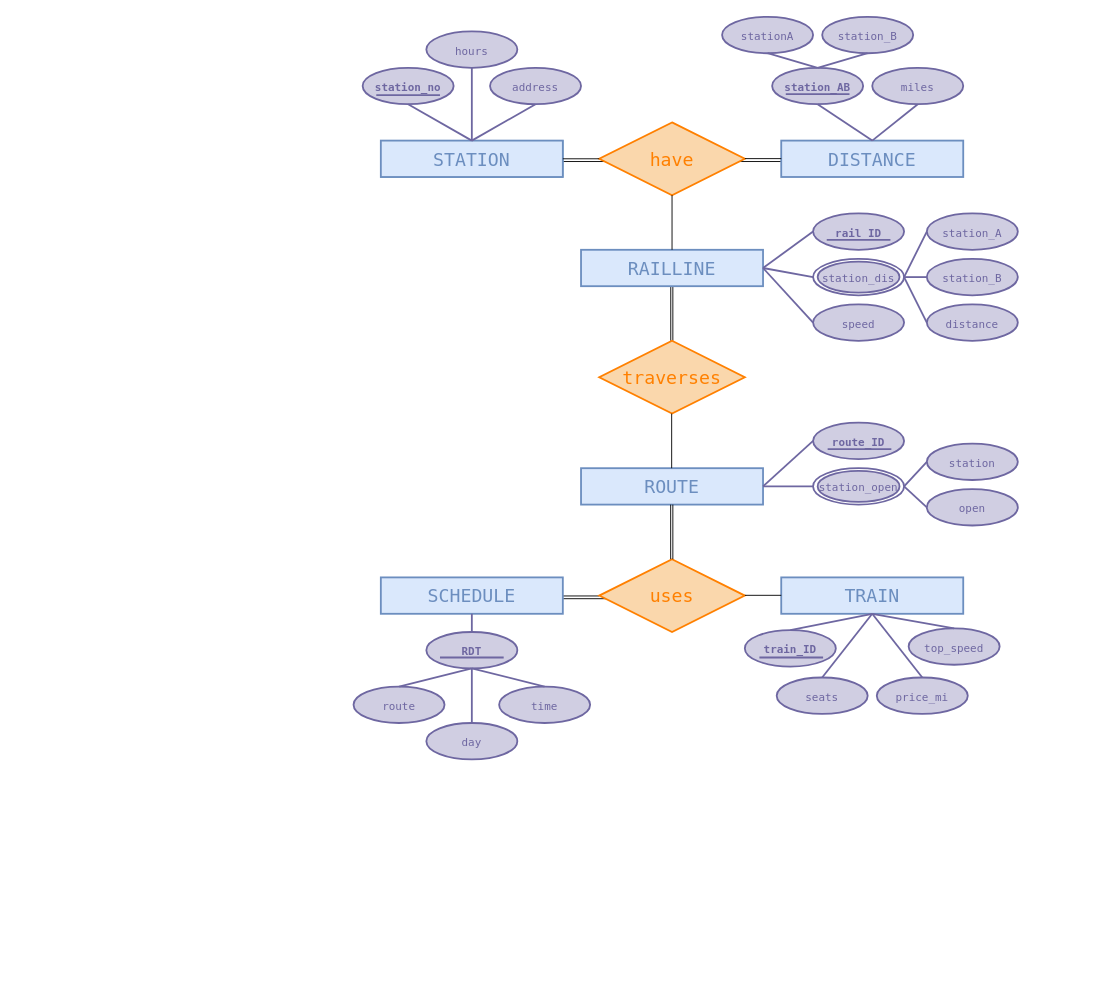
Earlier version of the draw.io diagram CostaExpress.drawio (anamok/TrainsDatabase). Source tidied: cells renumbered, new cells numbered last; positions are measured from the earlier drawing's top-left corner, leaving out a move shared by most shapes. Both pictures are drawn from the tidied source at 91%, with x=0, y=0 at pixel (353, 16).
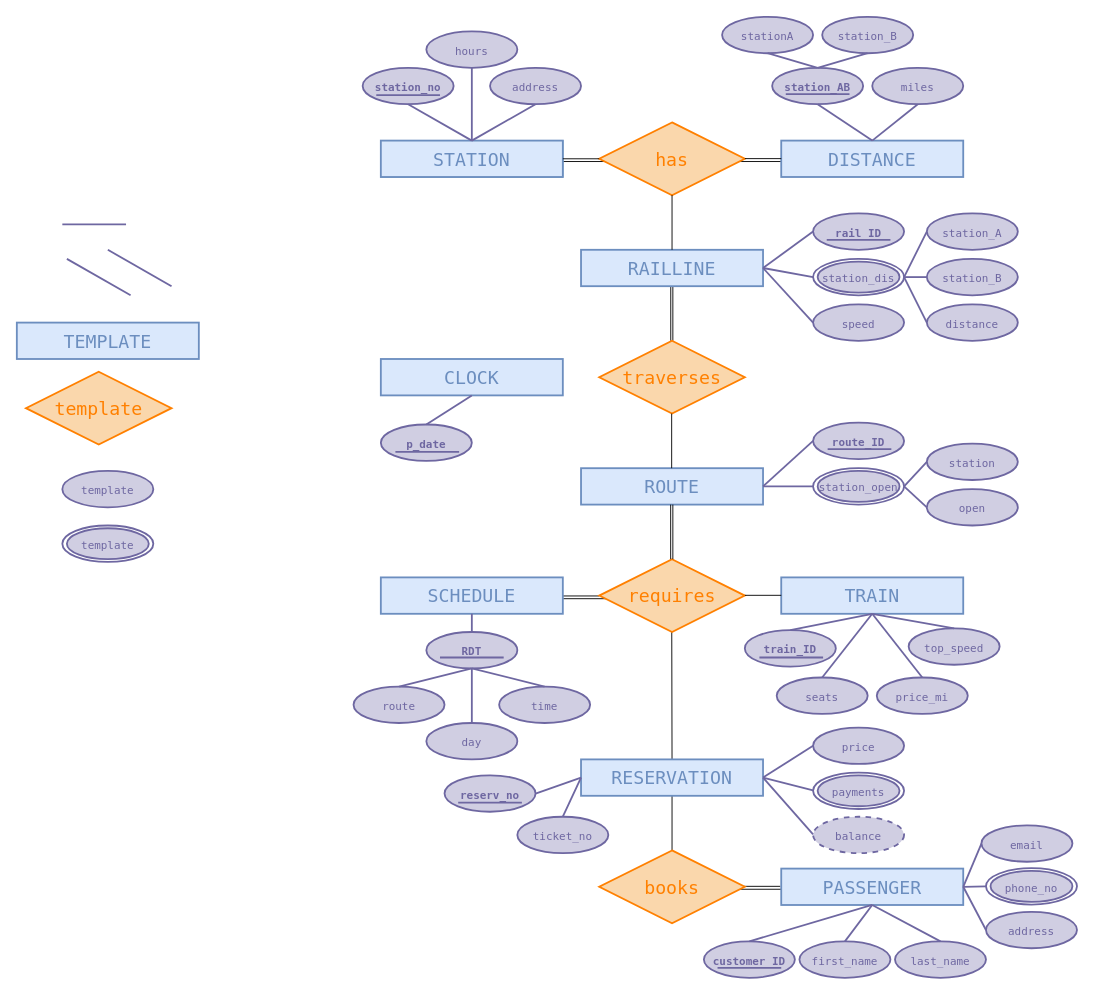
The same diagram, later.

What changed in the source:
```diff
@@
+    <mxCell id="122" style="endArrow=none;html=1;rounded=0;fontFamily=Lucida Console;fontSize=20;fontColor=#FF8000;entryX=0;entryY=0.5;entryDx=0;entryDy=0;exitX=1.002;exitY=0.6;exitDx=0;exitDy=0;exitPerimeter=0;" parent="1" edge="1">
+      <mxGeometry relative="1" as="geometry">
+        <mxPoint x="421.4" y="958.7" as="sourcePoint" />
+        <mxPoint x="470" y="958.7" as="targetPoint" />
+      </mxGeometry>
+    </mxCell>
+    <mxCell id="123" style="endArrow=none;html=1;rounded=0;fontFamily=Lucida Console;fontSize=20;fontColor=#FF8000;entryX=0;entryY=0.5;entryDx=0;entryDy=0;exitX=1;exitY=0.5;exitDx=0;exitDy=0;" parent="1" edge="1">
+      <mxGeometry relative="1" as="geometry">
+        <mxPoint x="429" y="955.5" as="sourcePoint" />
+        <mxPoint x="469" y="955.5" as="targetPoint" />
+      </mxGeometry>
+    </mxCell>
+    <mxCell id="124" style="endArrow=none;html=1;rounded=0;fontFamily=Lucida Console;fontSize=20;fontColor=#FF8000;strokeColor=#000000;entryX=0.5;entryY=1;entryDx=0;entryDy=0;" parent="1" edge="1" target="135">
+      <mxGeometry relative="1" as="geometry">
+        <mxPoint x="350" y="916" as="sourcePoint" />
+      </mxGeometry>
+    </mxCell>
+    <mxCell id="125" style="endArrow=none;html=1;rounded=0;fontFamily=Lucida Console;fontSize=20;fontColor=#FF8000;entryX=0.5;entryY=1;entryDx=0;entryDy=0;exitX=0.5;exitY=0;exitDx=0;exitDy=0;strokeColor=#000000;" parent="1" edge="1" source="135">
+      <mxGeometry relative="1" as="geometry">
+        <mxPoint x="349.7" y="674" as="targetPoint" />
+      </mxGeometry>
+    </mxCell>
@@
-    <mxCell id="29" value="&lt;font color=&quot;#FF8000&quot;&gt;have&lt;/font&gt;" style="text;html=1;strokeColor=none;fillColor=none;align=center;verticalAlign=middle;whiteSpace=wrap;rounded=0;fontFamily=Lucida Console;fontSize=20;fontColor=#6C8EBF;" parent="1" vertex="1">
+    <mxCell id="29" value="&lt;font color=&quot;#FF8000&quot;&gt;has&lt;/font&gt;" style="text;html=1;strokeColor=none;fillColor=none;align=center;verticalAlign=middle;whiteSpace=wrap;rounded=0;fontFamily=Lucida Console;fontSize=20;fontColor=#6C8EBF;" parent="1" vertex="1">
       <mxGeometry x="320" y="141" width="60" height="30" as="geometry" />
     </mxCell>
@@
-    <mxCell id="33" value="&lt;div&gt;&lt;font color=&quot;#FF8000&quot;&gt;uses&lt;/font&gt;&lt;/div&gt;" style="text;html=1;strokeColor=none;fillColor=none;align=center;verticalAlign=middle;whiteSpace=wrap;rounded=0;fontFamily=Lucida Console;fontSize=20;fontColor=#6C8EBF;" parent="1" vertex="1">
+    <mxCell id="33" value="&lt;div&gt;&lt;font color=&quot;#FF8000&quot;&gt;requires&lt;/font&gt;&lt;/div&gt;" style="text;html=1;strokeColor=none;fillColor=none;align=center;verticalAlign=middle;whiteSpace=wrap;rounded=0;fontFamily=Lucida Console;fontSize=20;fontColor=#6C8EBF;" parent="1" vertex="1">
       <mxGeometry x="320" y="621" width="60" height="30" as="geometry" />
     </mxCell>
@@
+    <mxCell id="126" style="rounded=0;whiteSpace=wrap;html=1;fillColor=#dae8fc;strokeColor=#6c8ebf;strokeWidth=2;" parent="1" vertex="1">
+      <mxGeometry x="-370" y="336" width="200" height="40" as="geometry" />
+    </mxCell>
+    <mxCell id="127" value="&lt;font style=&quot;font-size: 20px&quot; face=&quot;Lucida Console&quot; color=&quot;#6C8EBF&quot;&gt;TEMPLATE&lt;/font&gt;" style="text;html=1;strokeColor=none;fillColor=none;align=center;verticalAlign=middle;whiteSpace=wrap;rounded=0;" parent="1" vertex="1">
+      <mxGeometry x="-300" y="341" width="60" height="30" as="geometry" />
+    </mxCell>
+    <mxCell id="128" style="rhombus;whiteSpace=wrap;html=1;fontFamily=Lucida Console;fontSize=20;strokeWidth=2;fillColor=#fad7ac;strokeColor=#FF8000;fontStyle=1;" parent="1" vertex="1">
+      <mxGeometry x="-360" y="390" width="160" height="80" as="geometry" />
+    </mxCell>
+    <mxCell id="129" value="&lt;div&gt;&lt;font color=&quot;#FF8000&quot;&gt;template&lt;/font&gt;&lt;/div&gt;" style="text;html=1;strokeColor=none;fillColor=none;align=center;verticalAlign=middle;whiteSpace=wrap;rounded=0;fontFamily=Lucida Console;fontSize=20;fontColor=#6C8EBF;fontStyle=0;" parent="1" vertex="1">
+      <mxGeometry x="-310" y="415" width="60" height="30" as="geometry" />
+    </mxCell>
+    <mxCell id="130" style="ellipse;whiteSpace=wrap;html=1;fontFamily=Lucida Console;fontSize=20;strokeColor=#6E67A1;strokeWidth=2;fillColor=#d0cee2;" parent="1" vertex="1">
+      <mxGeometry x="-320" y="499" width="100" height="40" as="geometry" />
+    </mxCell>
+    <mxCell id="131" value="&lt;font style=&quot;font-size: 12px&quot; color=&quot;#6E67A1&quot;&gt;template&lt;/font&gt;" style="text;html=1;strokeColor=none;fillColor=none;align=center;verticalAlign=middle;whiteSpace=wrap;rounded=0;fontFamily=Lucida Console;fontSize=20;fontColor=#FF8000;" parent="1" vertex="1">
+      <mxGeometry x="-300" y="511" width="60" height="12" as="geometry" />
+    </mxCell>
+    <mxCell id="132" style="ellipse;whiteSpace=wrap;html=1;fontFamily=Lucida Console;fontSize=20;strokeColor=#6E67A1;strokeWidth=2;fillColor=#FFFFFF;" parent="1" vertex="1">
+      <mxGeometry x="-320" y="559" width="100" height="40" as="geometry" />
+    </mxCell>
+    <mxCell id="133" style="ellipse;whiteSpace=wrap;html=1;fontFamily=Lucida Console;fontSize=20;strokeColor=#6E67A1;strokeWidth=2;fillColor=#d0cee2;" parent="1" vertex="1">
+      <mxGeometry x="-315" y="562" width="90" height="34" as="geometry" />
+    </mxCell>
+    <mxCell id="134" value="&lt;div&gt;&lt;font style=&quot;font-size: 12px&quot; color=&quot;#6E67A1&quot;&gt;template&lt;/font&gt;&lt;/div&gt;" style="text;html=1;strokeColor=none;fillColor=none;align=center;verticalAlign=middle;whiteSpace=wrap;rounded=0;fontFamily=Lucida Console;fontSize=20;fontColor=#FF8000;" parent="1" vertex="1">
+      <mxGeometry x="-300" y="571" width="60" height="12" as="geometry" />
+    </mxCell>
+    <mxCell id="135" style="rounded=0;whiteSpace=wrap;html=1;fillColor=#dae8fc;strokeColor=#6c8ebf;strokeWidth=2;" parent="1" vertex="1">
+      <mxGeometry x="250" y="816" width="200" height="40" as="geometry" />
+    </mxCell>
+    <mxCell id="136" value="&lt;font style=&quot;font-size: 20px&quot; face=&quot;Lucida Console&quot; color=&quot;#6C8EBF&quot;&gt;RESERVATION&lt;/font&gt;" style="text;html=1;strokeColor=none;fillColor=none;align=center;verticalAlign=middle;whiteSpace=wrap;rounded=0;" parent="1" vertex="1">
+      <mxGeometry x="320" y="821" width="60" height="30" as="geometry" />
+    </mxCell>
+    <mxCell id="137" style="rounded=0;whiteSpace=wrap;html=1;fillColor=#dae8fc;strokeColor=#6c8ebf;strokeWidth=2;" parent="1" vertex="1">
+      <mxGeometry x="30" y="376" width="200" height="40" as="geometry" />
+    </mxCell>
+    <mxCell id="138" value="&lt;font style=&quot;font-size: 20px&quot; face=&quot;Lucida Console&quot; color=&quot;#6C8EBF&quot;&gt;CLOCK&lt;/font&gt;" style="text;html=1;strokeColor=none;fillColor=none;align=center;verticalAlign=middle;whiteSpace=wrap;rounded=0;" parent="1" vertex="1">
+      <mxGeometry x="100" y="381" width="60" height="30" as="geometry" />
+    </mxCell>
+    <mxCell id="139" style="ellipse;whiteSpace=wrap;html=1;fontFamily=Lucida Console;fontSize=20;strokeColor=#6E67A1;strokeWidth=2;fillColor=#d0cee2;" parent="1" vertex="1">
+      <mxGeometry x="30" y="448" width="100" height="40" as="geometry" />
+    </mxCell>
+    <mxCell id="140" value="&lt;b&gt;&lt;font style=&quot;font-size: 12px&quot; color=&quot;#6E67A1&quot;&gt;p_date&lt;/font&gt;&lt;/b&gt;" style="text;html=1;strokeColor=none;fillColor=none;align=center;verticalAlign=middle;whiteSpace=wrap;rounded=0;fontFamily=Lucida Console;fontSize=20;fontColor=#FF8000;" parent="1" vertex="1">
+      <mxGeometry x="50" y="460" width="60" height="12" as="geometry" />
+    </mxCell>
+    <mxCell id="141" style="endArrow=none;html=1;rounded=0;fontFamily=Lucida Console;fontSize=12;fontColor=#6E67A1;strokeColor=#6E67A1;entryX=0.5;entryY=1;entryDx=0;entryDy=0;exitX=0.5;exitY=0;exitDx=0;exitDy=0;strokeWidth=2;" parent="1" edge="1">
+      <mxGeometry relative="1" as="geometry">
+        <mxPoint x="-245" y="306" as="sourcePoint" />
+        <mxPoint x="-315" y="266" as="targetPoint" />
+      </mxGeometry>
+    </mxCell>
+    <mxCell id="142" style="endArrow=none;html=1;rounded=0;fontFamily=Lucida Console;fontSize=12;fontColor=#6E67A1;strokeColor=#6E67A1;entryX=0.5;entryY=0;entryDx=0;entryDy=0;exitX=0.5;exitY=1;exitDx=0;exitDy=0;strokeWidth=2;" parent="1" edge="1" source="137" target="139">
+      <mxGeometry relative="1" as="geometry" />
+    </mxCell>
+    <mxCell id="143" style="endArrow=none;html=1;rounded=0;fontFamily=Lucida Console;fontSize=12;fontColor=#6E67A1;strokeColor=#6E67A1;strokeWidth=2;" parent="1" edge="1">
+      <mxGeometry relative="1" as="geometry">
+        <mxPoint x="-320" y="228" as="sourcePoint" />
+        <mxPoint x="-250" y="228" as="targetPoint" />
+      </mxGeometry>
+    </mxCell>
+    <mxCell id="144" style="endArrow=none;html=1;rounded=0;fontFamily=Lucida Console;fontSize=12;fontColor=#6E67A1;strokeColor=#6E67A1;strokeWidth=2;" parent="1" edge="1">
+      <mxGeometry relative="1" as="geometry">
+        <mxPoint x="46" y="478" as="sourcePoint" />
+        <mxPoint x="116" y="478" as="targetPoint" />
+      </mxGeometry>
+    </mxCell>
+    <mxCell id="145" style="rounded=0;whiteSpace=wrap;html=1;fillColor=#dae8fc;strokeColor=#6c8ebf;strokeWidth=2;" parent="1" vertex="1">
+      <mxGeometry x="470" y="936" width="200" height="40" as="geometry" />
+    </mxCell>
+    <mxCell id="146" value="&lt;font style=&quot;font-size: 20px&quot; face=&quot;Lucida Console&quot; color=&quot;#6C8EBF&quot;&gt;PASSENGER&lt;/font&gt;" style="text;html=1;strokeColor=none;fillColor=none;align=center;verticalAlign=middle;whiteSpace=wrap;rounded=0;" parent="1" vertex="1">
+      <mxGeometry x="540" y="941" width="60" height="30" as="geometry" />
+    </mxCell>
+    <mxCell id="147" style="ellipse;whiteSpace=wrap;html=1;fontFamily=Lucida Console;fontSize=20;strokeColor=#6E67A1;strokeWidth=2;fillColor=#d0cee2;" parent="1" vertex="1">
+      <mxGeometry x="385" y="1016" width="100" height="40" as="geometry" />
+    </mxCell>
+    <mxCell id="148" value="&lt;b&gt;&lt;font style=&quot;font-size: 12px&quot; color=&quot;#6E67A1&quot;&gt;customer_ID&lt;/font&gt;&lt;/b&gt;" style="text;html=1;strokeColor=none;fillColor=none;align=center;verticalAlign=middle;whiteSpace=wrap;rounded=0;fontFamily=Lucida Console;fontSize=20;fontColor=#FF8000;" parent="1" vertex="1">
+      <mxGeometry x="405" y="1028" width="60" height="12" as="geometry" />
+    </mxCell>
+    <mxCell id="149" style="ellipse;whiteSpace=wrap;html=1;fontFamily=Lucida Console;fontSize=20;strokeColor=#6E67A1;strokeWidth=2;fillColor=#d0cee2;" parent="1" vertex="1">
+      <mxGeometry x="490" y="1016" width="100" height="40" as="geometry" />
+    </mxCell>
+    <mxCell id="150" value="&lt;font style=&quot;font-size: 12px&quot; color=&quot;#6E67A1&quot;&gt;first_name&lt;/font&gt;" style="text;html=1;strokeColor=none;fillColor=none;align=center;verticalAlign=middle;whiteSpace=wrap;rounded=0;fontFamily=Lucida Console;fontSize=20;fontColor=#FF8000;" parent="1" vertex="1">
+      <mxGeometry x="510" y="1028" width="60" height="12" as="geometry" />
+    </mxCell>
+    <mxCell id="151" style="ellipse;whiteSpace=wrap;html=1;fontFamily=Lucida Console;fontSize=20;strokeColor=#6E67A1;strokeWidth=2;fillColor=#d0cee2;" parent="1" vertex="1">
+      <mxGeometry x="595" y="1016" width="100" height="40" as="geometry" />
+    </mxCell>
+    <mxCell id="152" value="&lt;font style=&quot;font-size: 12px&quot; color=&quot;#6E67A1&quot;&gt;last_name&lt;/font&gt;" style="text;html=1;strokeColor=none;fillColor=none;align=center;verticalAlign=middle;whiteSpace=wrap;rounded=0;fontFamily=Lucida Console;fontSize=20;fontColor=#FF8000;" parent="1" vertex="1">
+      <mxGeometry x="615" y="1028" width="60" height="12" as="geometry" />
+    </mxCell>
+    <mxCell id="153" style="ellipse;whiteSpace=wrap;html=1;fontFamily=Lucida Console;fontSize=20;strokeColor=#6E67A1;strokeWidth=2;fillColor=#d0cee2;" parent="1" vertex="1">
+      <mxGeometry x="695" y="983.5" width="100" height="40" as="geometry" />
+    </mxCell>
+    <mxCell id="154" value="&lt;font style=&quot;font-size: 12px&quot; color=&quot;#6E67A1&quot;&gt;address&lt;/font&gt;" style="text;html=1;strokeColor=none;fillColor=none;align=center;verticalAlign=middle;whiteSpace=wrap;rounded=0;fontFamily=Lucida Console;fontSize=20;fontColor=#FF8000;" parent="1" vertex="1">
+      <mxGeometry x="715" y="995.5" width="60" height="12" as="geometry" />
+    </mxCell>
+    <mxCell id="155" style="ellipse;whiteSpace=wrap;html=1;fontFamily=Lucida Console;fontSize=20;strokeColor=#6E67A1;strokeWidth=2;fillColor=#d0cee2;" parent="1" vertex="1">
+      <mxGeometry x="690" y="888.5" width="100" height="40" as="geometry" />
+    </mxCell>
+    <mxCell id="156" value="&lt;font style=&quot;font-size: 12px&quot; color=&quot;#6E67A1&quot;&gt;email&lt;/font&gt;" style="text;html=1;strokeColor=none;fillColor=none;align=center;verticalAlign=middle;whiteSpace=wrap;rounded=0;fontFamily=Lucida Console;fontSize=20;fontColor=#FF8000;" parent="1" vertex="1">
+      <mxGeometry x="710" y="900.5" width="60" height="12" as="geometry" />
+    </mxCell>
+    <mxCell id="157" style="ellipse;whiteSpace=wrap;html=1;fontFamily=Lucida Console;fontSize=20;strokeColor=#6E67A1;strokeWidth=2;fillColor=#FFFFFF;" parent="1" vertex="1">
+      <mxGeometry x="695" y="935.5" width="100" height="40" as="geometry" />
+    </mxCell>
+    <mxCell id="158" style="ellipse;whiteSpace=wrap;html=1;fontFamily=Lucida Console;fontSize=20;strokeColor=#6E67A1;strokeWidth=2;fillColor=#d0cee2;" parent="1" vertex="1">
+      <mxGeometry x="700" y="938.5" width="90" height="34" as="geometry" />
+    </mxCell>
+    <mxCell id="159" value="&lt;div&gt;&lt;font style=&quot;font-size: 12px&quot; color=&quot;#6E67A1&quot;&gt;phone_no&lt;/font&gt;&lt;/div&gt;" style="text;html=1;strokeColor=none;fillColor=none;align=center;verticalAlign=middle;whiteSpace=wrap;rounded=0;fontFamily=Lucida Console;fontSize=20;fontColor=#FF8000;" parent="1" vertex="1">
+      <mxGeometry x="715" y="947.5" width="60" height="12" as="geometry" />
+    </mxCell>
+    <mxCell id="160" style="rhombus;whiteSpace=wrap;html=1;fontFamily=Lucida Console;fontSize=20;strokeWidth=2;fillColor=#fad7ac;strokeColor=#FF8000;fontStyle=1;" parent="1" vertex="1">
+      <mxGeometry x="270" y="916" width="160" height="80" as="geometry" />
+    </mxCell>
+    <mxCell id="161" value="&lt;div&gt;&lt;font color=&quot;#FF8000&quot;&gt;books&lt;/font&gt;&lt;/div&gt;" style="text;html=1;strokeColor=none;fillColor=none;align=center;verticalAlign=middle;whiteSpace=wrap;rounded=0;fontFamily=Lucida Console;fontSize=20;fontColor=#6C8EBF;fontStyle=0;" parent="1" vertex="1">
+      <mxGeometry x="320" y="941" width="60" height="30" as="geometry" />
+    </mxCell>
+    <mxCell id="162" style="endArrow=none;html=1;rounded=0;fontFamily=Lucida Console;fontSize=12;fontColor=#6E67A1;strokeColor=#6E67A1;entryX=0.5;entryY=1;entryDx=0;entryDy=0;exitX=0.5;exitY=0;exitDx=0;exitDy=0;strokeWidth=2;" parent="1" edge="1" source="147" target="145">
+      <mxGeometry relative="1" as="geometry" />
+    </mxCell>
+    <mxCell id="163" style="endArrow=none;html=1;rounded=0;fontFamily=Lucida Console;fontSize=12;fontColor=#6E67A1;strokeColor=#6E67A1;entryX=0.5;entryY=1;entryDx=0;entryDy=0;exitX=0.5;exitY=0;exitDx=0;exitDy=0;strokeWidth=2;" parent="1" edge="1" source="149" target="145">
+      <mxGeometry relative="1" as="geometry" />
+    </mxCell>
+    <mxCell id="164" style="endArrow=none;html=1;rounded=0;fontFamily=Lucida Console;fontSize=12;fontColor=#6E67A1;strokeColor=#6E67A1;entryX=0.5;entryY=1;entryDx=0;entryDy=0;exitX=0.5;exitY=0;exitDx=0;exitDy=0;strokeWidth=2;" parent="1" edge="1" source="151" target="145">
+      <mxGeometry relative="1" as="geometry" />
+    </mxCell>
+    <mxCell id="165" style="endArrow=none;html=1;rounded=0;fontFamily=Lucida Console;fontSize=12;fontColor=#6E67A1;strokeColor=#6E67A1;entryX=1;entryY=0.5;entryDx=0;entryDy=0;exitX=0;exitY=0.5;exitDx=0;exitDy=0;strokeWidth=2;" parent="1" edge="1" source="153" target="145">
+      <mxGeometry relative="1" as="geometry" />
+    </mxCell>
+    <mxCell id="166" style="endArrow=none;html=1;rounded=0;fontFamily=Lucida Console;fontSize=12;fontColor=#6E67A1;strokeColor=#6E67A1;entryX=1;entryY=0.5;entryDx=0;entryDy=0;exitX=0;exitY=0.5;exitDx=0;exitDy=0;strokeWidth=2;" parent="1" edge="1" source="157" target="145">
+      <mxGeometry relative="1" as="geometry" />
+    </mxCell>
+    <mxCell id="167" style="endArrow=none;html=1;rounded=0;fontFamily=Lucida Console;fontSize=12;fontColor=#6E67A1;strokeColor=#6E67A1;entryX=0;entryY=0.5;entryDx=0;entryDy=0;exitX=1;exitY=0.5;exitDx=0;exitDy=0;strokeWidth=2;" parent="1" edge="1" source="145" target="155">
+      <mxGeometry relative="1" as="geometry" />
+    </mxCell>
+    <mxCell id="168" style="ellipse;whiteSpace=wrap;html=1;fontFamily=Lucida Console;fontSize=20;strokeColor=#6E67A1;strokeWidth=2;fillColor=#d0cee2;" parent="1" vertex="1">
+      <mxGeometry x="100" y="833.5" width="100" height="40" as="geometry" />
+    </mxCell>
+    <mxCell id="169" value="&lt;b&gt;&lt;font style=&quot;font-size: 12px&quot; color=&quot;#6E67A1&quot;&gt;reserv_no&lt;/font&gt;&lt;/b&gt;" style="text;html=1;strokeColor=none;fillColor=none;align=center;verticalAlign=middle;whiteSpace=wrap;rounded=0;fontFamily=Lucida Console;fontSize=20;fontColor=#FF8000;" parent="1" vertex="1">
+      <mxGeometry x="120" y="845.5" width="60" height="12" as="geometry" />
+    </mxCell>
+    <mxCell id="170" style="ellipse;whiteSpace=wrap;html=1;fontFamily=Lucida Console;fontSize=20;strokeColor=#6E67A1;strokeWidth=2;fillColor=#d0cee2;" parent="1" vertex="1">
+      <mxGeometry x="505" y="781" width="100" height="40" as="geometry" />
+    </mxCell>
+    <mxCell id="171" value="&lt;font style=&quot;font-size: 12px&quot; color=&quot;#6E67A1&quot;&gt;price&lt;/font&gt;" style="text;html=1;strokeColor=none;fillColor=none;align=center;verticalAlign=middle;whiteSpace=wrap;rounded=0;fontFamily=Lucida Console;fontSize=20;fontColor=#FF8000;" parent="1" vertex="1">
+      <mxGeometry x="525" y="793" width="60" height="12" as="geometry" />
+    </mxCell>
+    <mxCell id="172" style="ellipse;whiteSpace=wrap;html=1;fontFamily=Lucida Console;fontSize=20;strokeColor=#6E67A1;strokeWidth=2;fillColor=#d0cee2;" parent="1" vertex="1">
+      <mxGeometry x="180" y="879" width="100" height="40" as="geometry" />
+    </mxCell>
+    <mxCell id="173" value="&lt;font style=&quot;font-size: 12px&quot; color=&quot;#6E67A1&quot;&gt;ticket_no&lt;/font&gt;" style="text;html=1;strokeColor=none;fillColor=none;align=center;verticalAlign=middle;whiteSpace=wrap;rounded=0;fontFamily=Lucida Console;fontSize=20;fontColor=#FF8000;" parent="1" vertex="1">
+      <mxGeometry x="200" y="891" width="60" height="12" as="geometry" />
+    </mxCell>
+    <mxCell id="174" style="ellipse;whiteSpace=wrap;html=1;fontFamily=Lucida Console;fontSize=20;strokeColor=#6E67A1;strokeWidth=2;fillColor=#FFFFFF;" parent="1" vertex="1">
+      <mxGeometry x="505" y="830.5" width="100" height="40" as="geometry" />
+    </mxCell>
+    <mxCell id="175" style="ellipse;whiteSpace=wrap;html=1;fontFamily=Lucida Console;fontSize=20;strokeColor=#6E67A1;strokeWidth=2;fillColor=#d0cee2;" parent="1" vertex="1">
+      <mxGeometry x="510" y="833.5" width="90" height="34" as="geometry" />
+    </mxCell>
+    <mxCell id="176" value="&lt;div&gt;&lt;font style=&quot;font-size: 12px&quot; color=&quot;#6E67A1&quot;&gt;payments&lt;/font&gt;&lt;/div&gt;" style="text;html=1;strokeColor=none;fillColor=none;align=center;verticalAlign=middle;whiteSpace=wrap;rounded=0;fontFamily=Lucida Console;fontSize=20;fontColor=#FF8000;" parent="1" vertex="1">
+      <mxGeometry x="525" y="842.5" width="60" height="12" as="geometry" />
+    </mxCell>
+    <mxCell id="177" style="ellipse;whiteSpace=wrap;html=1;fontFamily=Lucida Console;fontSize=20;strokeColor=#6E67A1;strokeWidth=2;fillColor=#d0cee2;dashed=1;" parent="1" vertex="1">
+      <mxGeometry x="505" y="879" width="100" height="40" as="geometry" />
+    </mxCell>
+    <mxCell id="178" value="&lt;font style=&quot;font-size: 12px&quot; color=&quot;#6E67A1&quot;&gt;balance&lt;/font&gt;" style="text;html=1;strokeColor=none;fillColor=none;align=center;verticalAlign=middle;whiteSpace=wrap;rounded=0;fontFamily=Lucida Console;fontSize=20;fontColor=#FF8000;" parent="1" vertex="1">
+      <mxGeometry x="525" y="891" width="60" height="12" as="geometry" />
+    </mxCell>
+    <mxCell id="179" style="endArrow=none;html=1;rounded=0;fontFamily=Lucida Console;fontSize=12;fontColor=#6E67A1;strokeColor=#6E67A1;entryX=0.5;entryY=1;entryDx=0;entryDy=0;exitX=0.5;exitY=0;exitDx=0;exitDy=0;strokeWidth=2;" parent="1" edge="1">
+      <mxGeometry relative="1" as="geometry">
+        <mxPoint x="-200" y="296" as="sourcePoint" />
+        <mxPoint x="-270" y="256" as="targetPoint" />
+      </mxGeometry>
+    </mxCell>
+    <mxCell id="180" style="endArrow=none;html=1;rounded=0;fontFamily=Lucida Console;fontSize=12;fontColor=#6E67A1;strokeColor=#6E67A1;entryX=1;entryY=0.5;entryDx=0;entryDy=0;exitX=0;exitY=0.5;exitDx=0;exitDy=0;strokeWidth=2;" parent="1" edge="1" source="135" target="168">
+      <mxGeometry relative="1" as="geometry" />
+    </mxCell>
+    <mxCell id="181" style="endArrow=none;html=1;rounded=0;fontFamily=Lucida Console;fontSize=12;fontColor=#6E67A1;strokeColor=#6E67A1;entryX=0.5;entryY=0;entryDx=0;entryDy=0;exitX=0;exitY=0.5;exitDx=0;exitDy=0;strokeWidth=2;" parent="1" edge="1" source="135" target="172">
+      <mxGeometry relative="1" as="geometry" />
+    </mxCell>
+    <mxCell id="182" style="endArrow=none;html=1;rounded=0;fontFamily=Lucida Console;fontSize=12;fontColor=#6E67A1;strokeColor=#6E67A1;entryX=1;entryY=0.5;entryDx=0;entryDy=0;exitX=0;exitY=0.5;exitDx=0;exitDy=0;strokeWidth=2;" parent="1" edge="1" source="170" target="135">
+      <mxGeometry relative="1" as="geometry" />
+    </mxCell>
+    <mxCell id="183" style="endArrow=none;html=1;rounded=0;fontFamily=Lucida Console;fontSize=12;fontColor=#6E67A1;strokeColor=#6E67A1;entryX=1;entryY=0.5;entryDx=0;entryDy=0;exitX=0;exitY=0.5;exitDx=0;exitDy=0;strokeWidth=2;" parent="1" edge="1" target="135">
+      <mxGeometry relative="1" as="geometry">
+        <mxPoint x="505" y="850" as="sourcePoint" />
+      </mxGeometry>
+    </mxCell>
+    <mxCell id="184" style="endArrow=none;html=1;rounded=0;fontFamily=Lucida Console;fontSize=12;fontColor=#6E67A1;strokeColor=#6E67A1;entryX=1;entryY=0.5;entryDx=0;entryDy=0;exitX=0;exitY=0.5;exitDx=0;exitDy=0;strokeWidth=2;" parent="1" edge="1" target="135">
+      <mxGeometry relative="1" as="geometry">
+        <mxPoint x="505" y="898.5" as="sourcePoint" />
+      </mxGeometry>
+    </mxCell>
+    <mxCell id="185" style="endArrow=none;html=1;rounded=0;fontFamily=Lucida Console;fontSize=12;fontColor=#6E67A1;strokeColor=#6E67A1;strokeWidth=2;" parent="1" edge="1">
+      <mxGeometry relative="1" as="geometry">
+        <mxPoint x="115" y="863.5" as="sourcePoint" />
+        <mxPoint x="185" y="863.5" as="targetPoint" />
+      </mxGeometry>
+    </mxCell>
+    <mxCell id="186" style="endArrow=none;html=1;rounded=0;fontFamily=Lucida Console;fontSize=12;fontColor=#6E67A1;strokeColor=#6E67A1;strokeWidth=2;" parent="1" edge="1">
+      <mxGeometry relative="1" as="geometry">
+        <mxPoint x="400" y="1045" as="sourcePoint" />
+        <mxPoint x="470" y="1045" as="targetPoint" />
+      </mxGeometry>
+    </mxCell>
```
